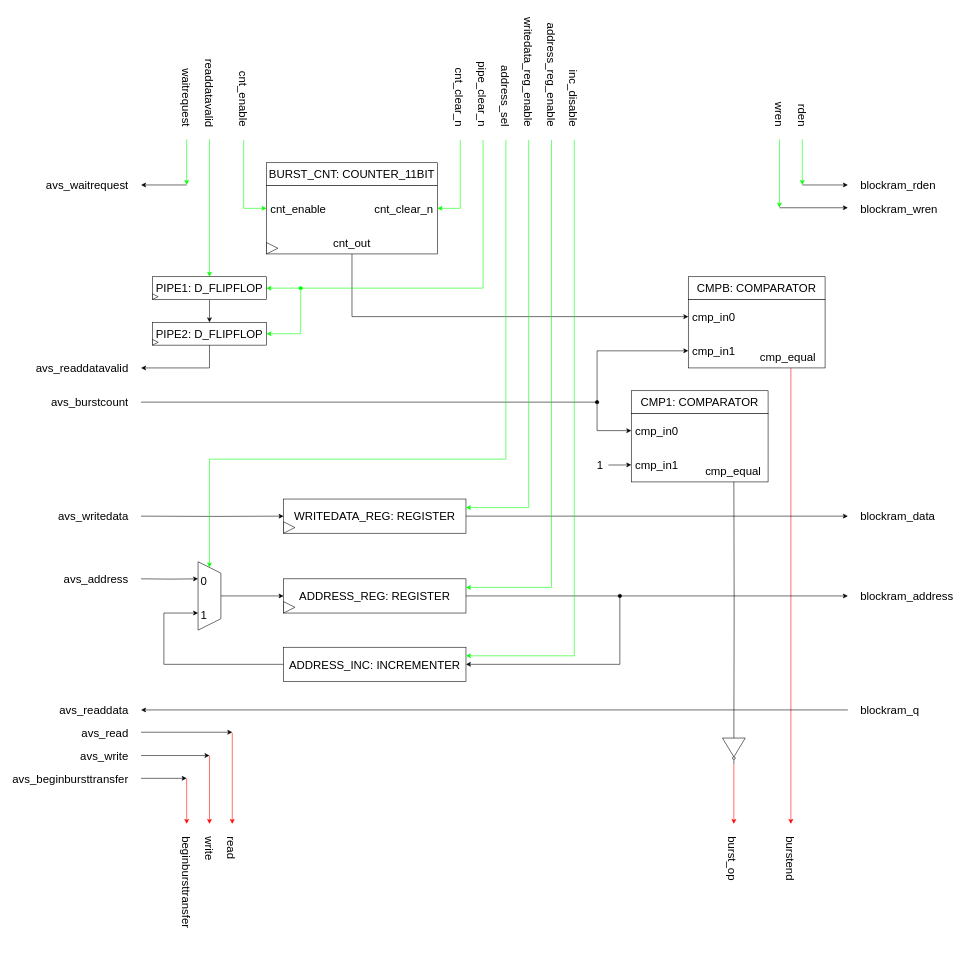
Earlier version of the draw.io diagram page "CONVERTER RTL" (2 of 3) of blockram_system_v2/ip/custom_OCRAM/schematics/blockRAM_system.drawio (AndreaBononi/Intel_Cyclone10LP_systems). Source tidied: cells renumbered, new cells numbered last; positions are measured from the earlier drawing's top-left corner, leaving out a move shared by most shapes. Both pictures are drawn from the tidied source at 57%, with x=0, y=0 at pixel (10, 68).
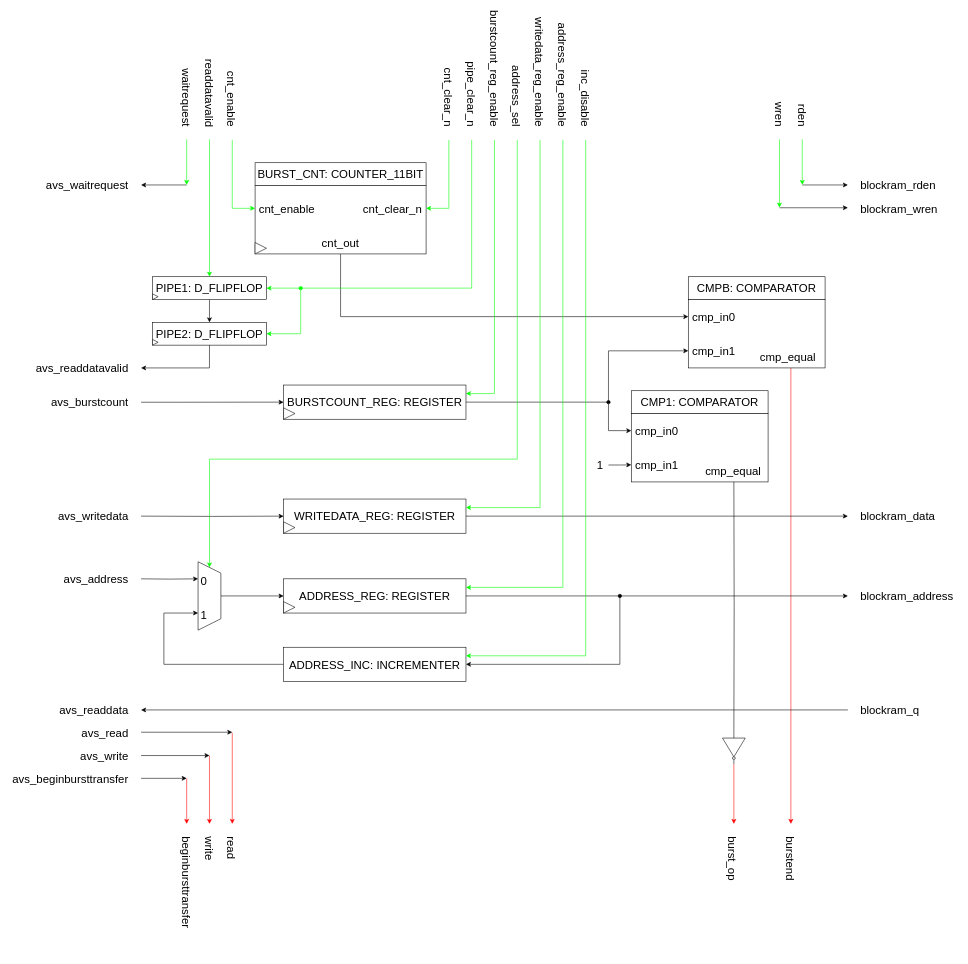
The same page after the edit.

Unchanged cells that the change refers to:
```xml
<mxCell id="39" style="rounded=0;whiteSpace=wrap;html=1;" parent="1" vertex="1">
  <mxGeometry x="1190" y="405" width="240" height="120" as="geometry" />
</mxCell>
<mxCell id="46" value="&lt;font style=&quot;font-size: 20px;&quot;&gt;ADDRESS_REG: REGISTER&lt;/font&gt;" style="rounded=0;whiteSpace=wrap;html=1;" parent="1" vertex="1">
  <mxGeometry x="480" y="895" width="320" height="60" as="geometry" />
</mxCell>
<mxCell id="51" value="&lt;font style=&quot;font-size: 20px;&quot;&gt;WRITEDATA_REG: REGISTER&lt;/font&gt;" style="rounded=0;whiteSpace=wrap;html=1;" parent="1" vertex="1">
  <mxGeometry x="480" y="755" width="320" height="60" as="geometry" />
</mxCell>
<mxCell id="70" value="&lt;font style=&quot;font-size: 20px;&quot;&gt;PIPE1: D_FLIPFLOP&lt;br&gt;&lt;/font&gt;" style="rounded=0;whiteSpace=wrap;html=1;" parent="1" vertex="1">
  <mxGeometry x="250" y="365" width="200" height="40" as="geometry" />
</mxCell>
<mxCell id="77" style="shape=trapezoid;perimeter=trapezoidPerimeter;whiteSpace=wrap;html=1;fixedSize=1;rotation=90;" parent="1" vertex="1">
  <mxGeometry x="290" y="905" width="120" height="40" as="geometry" />
</mxCell>
<mxCell id="80" value="&lt;font style=&quot;font-size: 20px;&quot;&gt;ADDRESS_INC: INCREMENTER&lt;/font&gt;" style="rounded=0;whiteSpace=wrap;html=1;" parent="1" vertex="1">
  <mxGeometry x="480" y="1015" width="320" height="60" as="geometry" />
</mxCell>
<mxCell id="90" style="rounded=0;whiteSpace=wrap;html=1;" parent="1" vertex="1">
  <mxGeometry x="1090" y="605" width="240" height="120" as="geometry" />
</mxCell>
```

Diff of the diagram source:
```diff
@@
     <mxCell id="29" style="rounded=0;whiteSpace=wrap;html=1;" parent="1" vertex="1">
-      <mxGeometry x="450" y="205" width="300" height="120" as="geometry" />
+      <mxGeometry x="430" y="205" width="300" height="120" as="geometry" />
     </mxCell>
     <mxCell id="30" value="&lt;font style=&quot;font-size: 20px;&quot;&gt;BURST_CNT: COUNTER_11BIT&lt;/font&gt;" style="rounded=0;whiteSpace=wrap;html=1;" parent="1" vertex="1">
-      <mxGeometry x="450" y="165" width="300" height="40" as="geometry" />
+      <mxGeometry x="430" y="165" width="300" height="40" as="geometry" />
     </mxCell>
     <mxCell id="31" value="&lt;font style=&quot;font-size: 20px;&quot;&gt;cnt_enable&lt;/font&gt;" style="text;html=1;strokeColor=none;fillColor=none;align=left;verticalAlign=middle;whiteSpace=wrap;rounded=0;" parent="1" vertex="1">
-      <mxGeometry x="455" y="230" width="110" height="30" as="geometry" />
+      <mxGeometry x="435" y="230" width="110" height="30" as="geometry" />
     </mxCell>
     <mxCell id="32" value="&lt;font style=&quot;font-size: 20px;&quot;&gt;cnt_clear_n&lt;/font&gt;" style="text;html=1;strokeColor=none;fillColor=none;align=right;verticalAlign=middle;whiteSpace=wrap;rounded=0;" parent="1" vertex="1">
-      <mxGeometry x="635" y="230" width="110" height="30" as="geometry" />
+      <mxGeometry x="615" y="230" width="110" height="30" as="geometry" />
     </mxCell>
     <mxCell id="33" value="&lt;font style=&quot;font-size: 20px;&quot;&gt;cnt_out&lt;/font&gt;" style="text;html=1;strokeColor=none;fillColor=none;align=center;verticalAlign=middle;whiteSpace=wrap;rounded=0;" parent="1" vertex="1">
-      <mxGeometry x="545" y="290" width="110" height="30" as="geometry" />
+      <mxGeometry x="525" y="290" width="110" height="30" as="geometry" />
     </mxCell>
     <mxCell id="34" style="endArrow=classic;html=1;rounded=0;strokeColor=#00FF00;" parent="1" edge="1">
       <mxGeometry relative="1" as="geometry">
-        <mxPoint x="410" y="125" as="sourcePoint" />
-        <mxPoint x="450" y="245" as="targetPoint" />
+        <mxPoint x="390" y="125" as="sourcePoint" />
+        <mxPoint x="430" y="245" as="targetPoint" />
         <Array as="points">
-          <mxPoint x="410" y="245" />
+          <mxPoint x="390" y="245" />
         </Array>
       </mxGeometry>
     </mxCell>
     <mxCell id="35" style="endArrow=classic;html=1;rounded=0;strokeColor=#00FF00;" parent="1" edge="1">
       <mxGeometry relative="1" as="geometry">
-        <mxPoint x="790" y="125" as="sourcePoint" />
-        <mxPoint x="750" y="245" as="targetPoint" />
+        <mxPoint x="770" y="125" as="sourcePoint" />
+        <mxPoint x="730" y="245" as="targetPoint" />
         <Array as="points">
-          <mxPoint x="790" y="245" />
+          <mxPoint x="770" y="245" />
         </Array>
       </mxGeometry>
     </mxCell>
@@
-    <mxCell id="37" style="edgeStyle=orthogonalEdgeStyle;rounded=0;jettySize=auto;html=1;entryX=0;entryY=0.75;entryDx=0;entryDy=0;" parent="1" edge="1" target="39">
+    <mxCell id="37" style="edgeStyle=orthogonalEdgeStyle;rounded=0;jettySize=auto;html=1;entryX=0;entryY=0.75;entryDx=0;entryDy=0;exitX=1;exitY=0.5;exitDx=0;exitDy=0;" parent="1" edge="1" source="103" target="39">
       <mxGeometry relative="1" as="geometry">
-        <mxPoint x="230" y="585" as="sourcePoint" />
         <Array as="points">
-          <mxPoint x="1030" y="585" />
-          <mxPoint x="1030" y="495" />
+          <mxPoint x="1050" y="585" />
+          <mxPoint x="1050" y="495" />
         </Array>
       </mxGeometry>
     </mxCell>
@@
     <mxCell id="47" style="triangle;whiteSpace=wrap;html=1;" parent="1" vertex="1">
-      <mxGeometry x="450" y="305" width="20" height="20" as="geometry" />
+      <mxGeometry x="430" y="305" width="20" height="20" as="geometry" />
     </mxCell>
@@
     <mxCell id="54" style="endArrow=classic;html=1;rounded=0;strokeColor=#00FF00;entryX=0;entryY=0.5;entryDx=0;entryDy=0;edgeStyle=orthogonalEdgeStyle;" parent="1" edge="1" target="77">
       <mxGeometry relative="1" as="geometry">
-        <mxPoint x="870" y="125" as="sourcePoint" />
+        <mxPoint x="890" y="125" as="sourcePoint" />
         <Array as="points">
-          <mxPoint x="870" y="685" />
+          <mxPoint x="890" y="685" />
           <mxPoint x="350" y="685" />
         </Array>
       </mxGeometry>
     </mxCell>
     <mxCell id="55" style="endArrow=classic;html=1;rounded=0;strokeColor=#00FF00;entryX=1;entryY=0.25;entryDx=0;entryDy=0;edgeStyle=orthogonalEdgeStyle;" parent="1" edge="1" target="51">
       <mxGeometry relative="1" as="geometry">
-        <mxPoint x="910" y="125" as="sourcePoint" />
+        <mxPoint x="930" y="125" as="sourcePoint" />
         <Array as="points">
-          <mxPoint x="910" y="770" />
+          <mxPoint x="930" y="770" />
         </Array>
       </mxGeometry>
     </mxCell>
@@
     <mxCell id="58" value="&lt;font style=&quot;font-size: 20px;&quot;&gt;cnt_enable&lt;/font&gt;" style="text;html=1;strokeColor=none;fillColor=none;align=right;verticalAlign=middle;whiteSpace=wrap;rounded=0;rotation=90;" parent="1" vertex="1">
-      <mxGeometry x="330" y="9" width="160" height="30" as="geometry" />
+      <mxGeometry x="310" y="9" width="160" height="30" as="geometry" />
     </mxCell>
     <mxCell id="59" value="&lt;font style=&quot;font-size: 20px;&quot;&gt;cnt_clear_n&lt;/font&gt;" style="text;html=1;strokeColor=none;fillColor=none;align=right;verticalAlign=middle;whiteSpace=wrap;rounded=0;rotation=90;" parent="1" vertex="1">
-      <mxGeometry x="710" y="9" width="160" height="30" as="geometry" />
+      <mxGeometry x="690" y="9" width="160" height="30" as="geometry" />
     </mxCell>
     <mxCell id="60" value="&lt;font style=&quot;font-size: 20px;&quot;&gt;address_reg_enable&lt;/font&gt;" style="text;html=1;strokeColor=none;fillColor=none;align=right;verticalAlign=middle;whiteSpace=wrap;rounded=0;rotation=90;" parent="1" vertex="1">
-      <mxGeometry x="870" y="9" width="160" height="30" as="geometry" />
+      <mxGeometry x="890" y="9" width="160" height="30" as="geometry" />
     </mxCell>
     <mxCell id="61" value="&lt;font style=&quot;font-size: 20px;&quot;&gt;writedata_reg_enable&lt;/font&gt;" style="text;html=1;strokeColor=none;fillColor=none;align=right;verticalAlign=middle;whiteSpace=wrap;rounded=0;rotation=90;" parent="1" vertex="1">
-      <mxGeometry x="830" y="9" width="160" height="30" as="geometry" />
+      <mxGeometry x="850" y="9" width="160" height="30" as="geometry" />
     </mxCell>
@@
     <mxCell id="81" style="endArrow=classic;html=1;rounded=0;strokeColor=#00FF00;entryX=1;entryY=0.5;entryDx=0;entryDy=0;edgeStyle=orthogonalEdgeStyle;" parent="1" edge="1" target="70">
       <mxGeometry relative="1" as="geometry">
-        <mxPoint x="830" y="125" as="sourcePoint" />
+        <mxPoint x="810" y="125" as="sourcePoint" />
         <Array as="points">
-          <mxPoint x="830" y="385" />
+          <mxPoint x="810" y="385" />
         </Array>
       </mxGeometry>
     </mxCell>
@@
     <mxCell id="84" value="&lt;font style=&quot;font-size: 20px;&quot;&gt;address_sel&lt;/font&gt;" style="text;html=1;strokeColor=none;fillColor=none;align=right;verticalAlign=middle;whiteSpace=wrap;rounded=0;rotation=90;" parent="1" vertex="1">
-      <mxGeometry x="790" y="9" width="160" height="30" as="geometry" />
+      <mxGeometry x="810" y="9" width="160" height="30" as="geometry" />
     </mxCell>
     <mxCell id="85" style="endArrow=classic;html=1;rounded=0;strokeColor=#00FF00;entryX=1;entryY=0.25;entryDx=0;entryDy=0;edgeStyle=orthogonalEdgeStyle;" parent="1" edge="1" target="46">
       <mxGeometry relative="1" as="geometry">
-        <mxPoint x="950" y="125" as="sourcePoint" />
+        <mxPoint x="970" y="125" as="sourcePoint" />
         <Array as="points">
-          <mxPoint x="950" y="910" />
+          <mxPoint x="970" y="910" />
         </Array>
       </mxGeometry>
     </mxCell>
     <mxCell id="86" value="&lt;font style=&quot;font-size: 20px;&quot;&gt;inc_disable&lt;/font&gt;" style="text;html=1;strokeColor=none;fillColor=none;align=right;verticalAlign=middle;whiteSpace=wrap;rounded=0;rotation=90;" parent="1" vertex="1">
-      <mxGeometry x="910" y="9" width="160" height="30" as="geometry" />
+      <mxGeometry x="930" y="9" width="160" height="30" as="geometry" />
     </mxCell>
@@
     <mxCell id="88" style="edgeStyle=orthogonalEdgeStyle;rounded=0;jettySize=auto;html=1;entryX=0;entryY=0.25;entryDx=0;entryDy=0;startArrow=oval;startFill=1;" parent="1" edge="1" target="90">
       <mxGeometry relative="1" as="geometry">
-        <mxPoint x="1030" y="585" as="sourcePoint" />
+        <mxPoint x="1050" y="585" as="sourcePoint" />
         <Array as="points">
-          <mxPoint x="1030" y="635" />
+          <mxPoint x="1050" y="635" />
         </Array>
       </mxGeometry>
     </mxCell>
@@
     <mxCell id="99" value="&lt;font style=&quot;font-size: 20px;&quot;&gt;pipe_clear_n&lt;/font&gt;" style="text;html=1;strokeColor=none;fillColor=none;align=right;verticalAlign=middle;whiteSpace=wrap;rounded=0;rotation=90;" parent="1" vertex="1">
-      <mxGeometry x="750" y="9" width="160" height="30" as="geometry" />
+      <mxGeometry x="730" y="9" width="160" height="30" as="geometry" />
     </mxCell>
     <mxCell id="100" style="endArrow=classic;html=1;rounded=0;strokeColor=#00FF00;entryX=1;entryY=0.25;entryDx=0;entryDy=0;edgeStyle=orthogonalEdgeStyle;" parent="1" edge="1" target="80">
       <mxGeometry relative="1" as="geometry">
-        <mxPoint x="990" y="125" as="sourcePoint" />
+        <mxPoint x="1010" y="125" as="sourcePoint" />
         <Array as="points">
-          <mxPoint x="990" y="1030" />
+          <mxPoint x="1010" y="1030" />
         </Array>
       </mxGeometry>
     </mxCell>
+    <mxCell id="101" style="edgeStyle=orthogonalEdgeStyle;rounded=0;jettySize=auto;html=1;exitX=0;exitY=0.5;exitDx=0;exitDy=0;entryX=0;entryY=0.5;entryDx=0;entryDy=0;" parent="1" edge="1" target="103">
+      <mxGeometry relative="1" as="geometry">
+        <mxPoint x="230" y="585.2" as="sourcePoint" />
+        <Array as="points">
+          <mxPoint x="300" y="585" />
+          <mxPoint x="300" y="585" />
+        </Array>
+      </mxGeometry>
+    </mxCell>
+    <mxCell id="102" style="edgeStyle=orthogonalEdgeStyle;rounded=0;jettySize=auto;html=1;exitX=1;exitY=0.25;exitDx=0;exitDy=0;entryX=1;entryY=0.25;entryDx=0;entryDy=0;strokeColor=#00FF00;" parent="1" edge="1" target="103">
+      <mxGeometry relative="1" as="geometry">
+        <mxPoint x="850" y="125" as="sourcePoint" />
+        <Array as="points">
+          <mxPoint x="850" y="570" />
+        </Array>
+      </mxGeometry>
+    </mxCell>
+    <mxCell id="103" value="&lt;font style=&quot;font-size: 20px;&quot;&gt;BURSTCOUNT_REG: REGISTER&lt;/font&gt;" style="rounded=0;whiteSpace=wrap;html=1;" parent="1" vertex="1">
+      <mxGeometry x="480" y="555" width="320" height="60" as="geometry" />
+    </mxCell>
+    <mxCell id="104" style="triangle;whiteSpace=wrap;html=1;direction=east;" parent="1" vertex="1">
+      <mxGeometry x="480" y="595" width="20" height="20" as="geometry" />
+    </mxCell>
+    <mxCell id="105" value="&lt;font style=&quot;font-size: 20px;&quot;&gt;burstcount_reg_enable&lt;/font&gt;" style="text;html=1;strokeColor=none;fillColor=none;align=right;verticalAlign=middle;whiteSpace=wrap;rounded=0;rotation=90;" parent="1" vertex="1">
+      <mxGeometry x="770" y="9" width="160" height="30" as="geometry" />
+    </mxCell>
```
